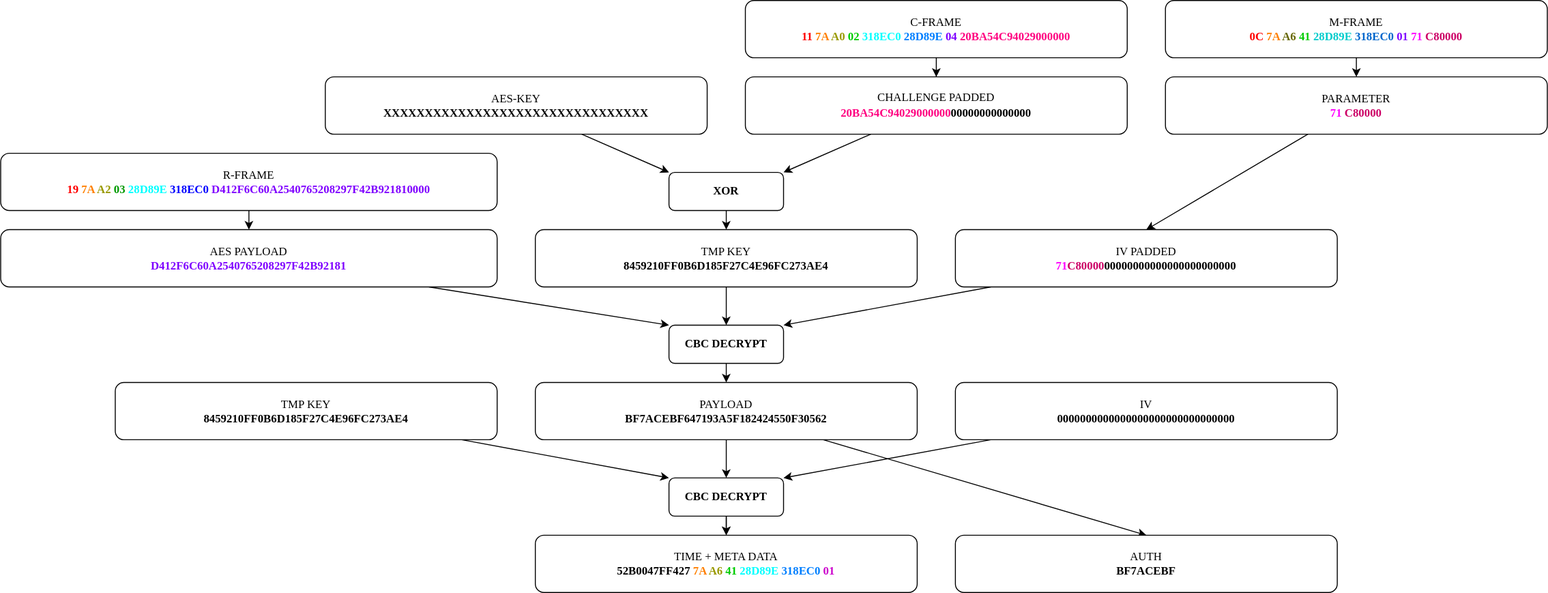
The draw.io diagram doc/img/CR-decryption.svg in fkie-cad/bidcos-security-doc, before a commit. Source tidied: cells renumbered, new cells last; positions are measured from the earlier drawing's top-left corner, leaving out a move shared by most shapes.
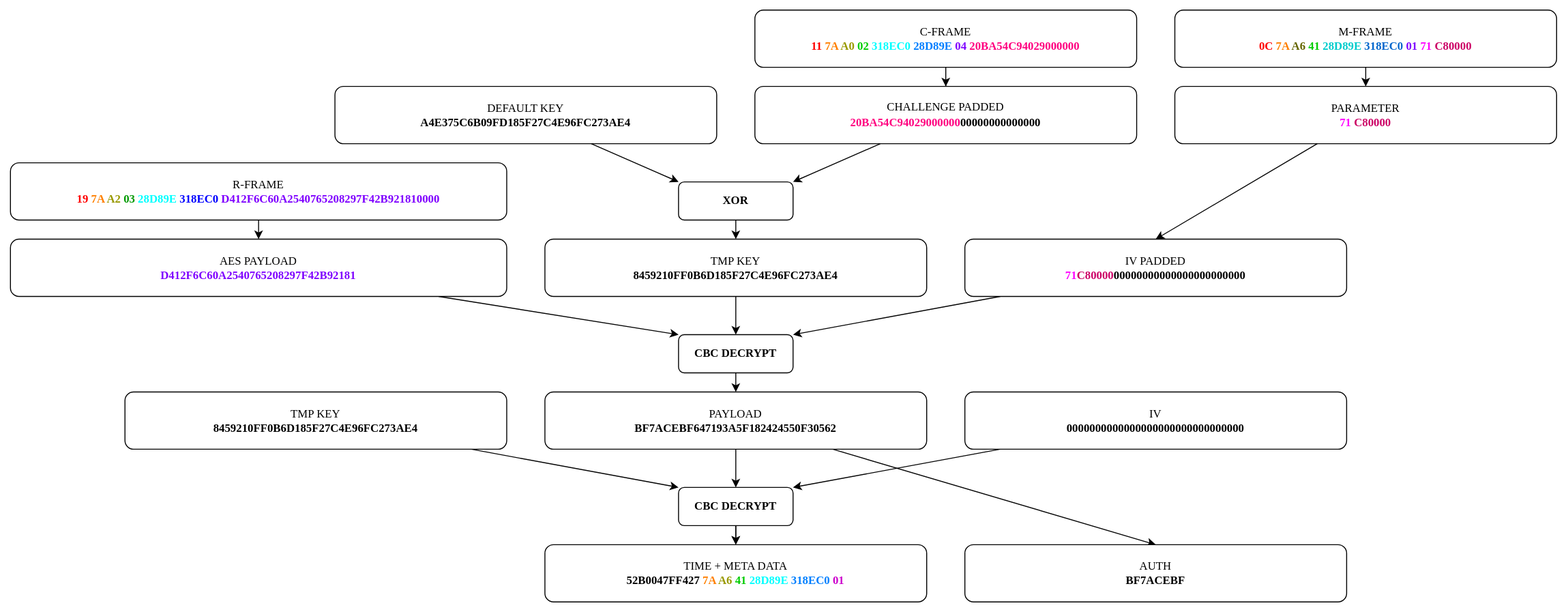
After the change.

Diff of the diagram source:
```diff
@@ -2,6 +2,9 @@
   <root>
     <mxCell id="0" />
     <mxCell id="1" parent="0" />
+    <mxCell id="36" style="rounded=0;whiteSpace=wrap;html=1;fillColor=#FFFFFF;strokeColor=none;" parent="1" vertex="1">
+      <mxGeometry x="-10" y="-10" width="1640" height="640" as="geometry" />
+    </mxCell>
     <mxCell id="2" style="edgeStyle=orthogonalEdgeStyle;rounded=0;jettySize=auto;html=1;fontFamily=Verdana;fontSize=12;fontColor=#FF0080;" parent="1" edge="1" source="3" target="5">
       <mxGeometry relative="1" as="geometry" />
     </mxCell>
```
